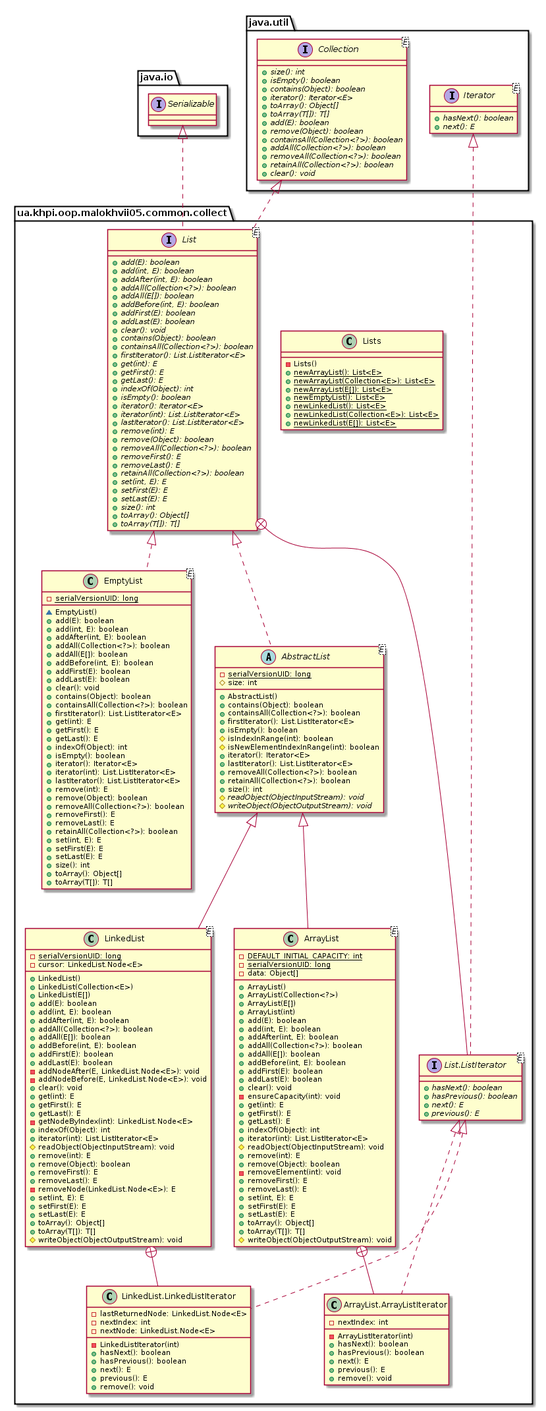
Before: malokhvii-eduard/malokhvii05/doc/plantuml/png/ua.khpi.oop.malokhvii05.common.collect.package.png, a diagram exported from PlantUML (P-Kalin/kit26a).
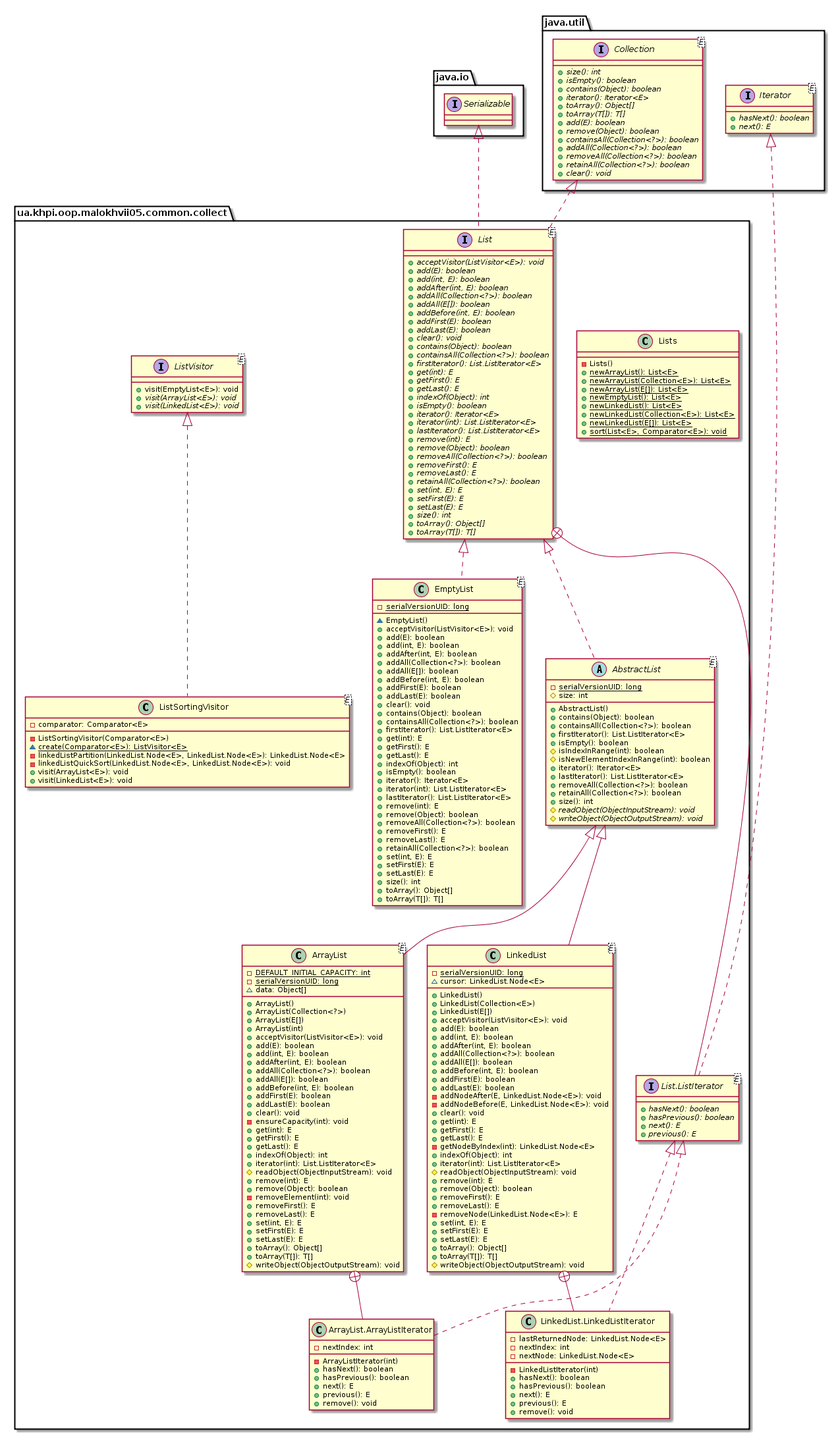
The same diagram one commit later.

Diff of the diagram source:
```diff
@@ -5,6 +5,7 @@
         class EmptyList<E> {
             {static} -serialVersionUID: long
             ~EmptyList()
+            +acceptVisitor(ListVisitor<E>): void
             +add(E): boolean
             +add(int, E): boolean
             +addAfter(int, E): boolean
@@ -42,11 +43,12 @@
         class ArrayList<E> {
             {static} -DEFAULT_INITIAL_CAPACITY: int
             {static} -serialVersionUID: long
-            -data: Object[]
+            ~data: Object[]
             +ArrayList()
             +ArrayList(Collection<?>)
             +ArrayList(E[])
             +ArrayList(int)
+            +acceptVisitor(ListVisitor<E>): void
             +add(E): boolean
             +add(int, E): boolean
             +addAfter(int, E): boolean
@@ -114,14 +116,16 @@
             {static} +newLinkedList(): List<E>
             {static} +newLinkedList(Collection<E>): List<E>
             {static} +newLinkedList(E[]): List<E>
+            {static} +sort(List<E>, Comparator<E>): void
         }
 
         class LinkedList<E> {
             {static} -serialVersionUID: long
-            -cursor: LinkedList.Node<E>
+            ~cursor: LinkedList.Node<E>
             +LinkedList()
             +LinkedList(Collection<E>)
             +LinkedList(E[])
+            +acceptVisitor(ListVisitor<E>): void
             +add(E): boolean
             +add(int, E): boolean
             +addAfter(int, E): boolean
@@ -165,7 +169,18 @@
             +remove(): void
         }
 
+        class ListSortingVisitor<E> {
+            -comparator: Comparator<E>
+            -ListSortingVisitor(Comparator<E>)
+            {static} ~create(Comparator<E>): ListVisitor<E>
+            -linkedListPartition(LinkedList.Node<E>, LinkedList.Node<E>): LinkedList.Node<E>
+            -linkedListQuickSort(LinkedList.Node<E>, LinkedList.Node<E>): void
+            +visit(ArrayList<E>): void
+            +visit(LinkedList<E>): void
+        }
+
         interface List<E> {
+            {abstract} +acceptVisitor(ListVisitor<E>): void
             {abstract} +add(E): boolean
             {abstract} +add(int, E): boolean
             {abstract} +addAfter(int, E): boolean
@@ -207,6 +222,12 @@
             {abstract} +previous(): E
         }
 
+        interface ListVisitor<E> {
+            +visit(EmptyList<E>): void
+            {abstract} +visit(ArrayList<E>): void
+            {abstract} +visit(LinkedList<E>): void
+        }
+
         List <|.. EmptyList
 
         AbstractList <|-- ArrayList
@@ -222,6 +243,8 @@
         ua.khpi.oop.malokhvii05.common.collect.List.ListIterator <|.. ua.khpi.oop.malokhvii05.common.collect.LinkedList.LinkedListIterator
 
         LinkedList +-- ua.khpi.oop.malokhvii05.common.collect.LinkedList.LinkedListIterator
+
+        ListVisitor <|.. ListSortingVisitor
 
         interface java.util.Collection<E> {
             {abstract} +size(): int
```
